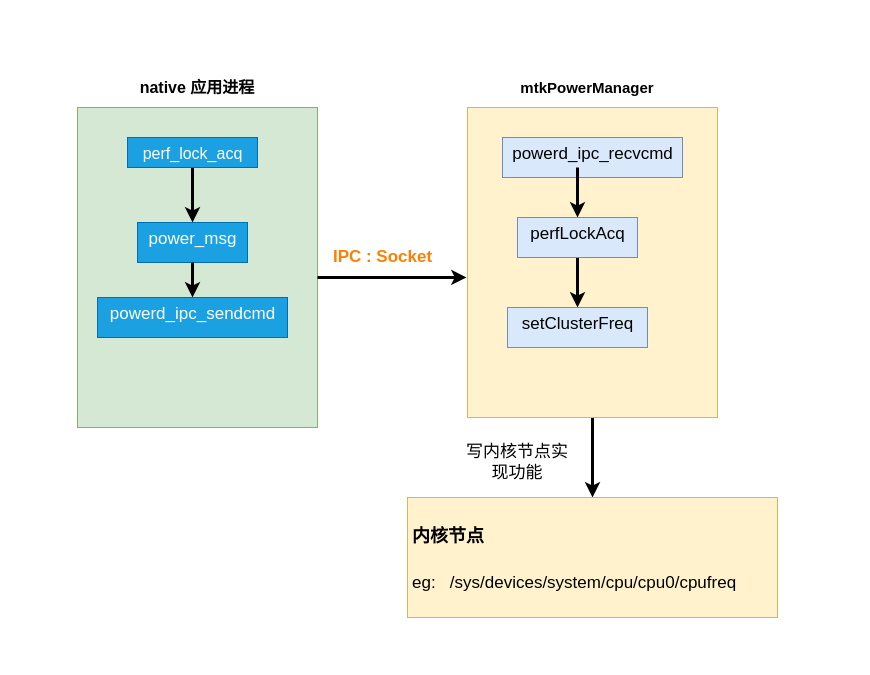
lqktz/document keeps this draw.io diagram as temp/powerHal.drawio. Above is the earlier version. Source tidied: cells renumbered, new cells numbered last; positions are measured from the earlier drawing's top-left corner, leaving out a move shared by most shapes. Both pictures are drawn from the tidied source at 100%, with x=0, y=0 at pixel (77, 77).
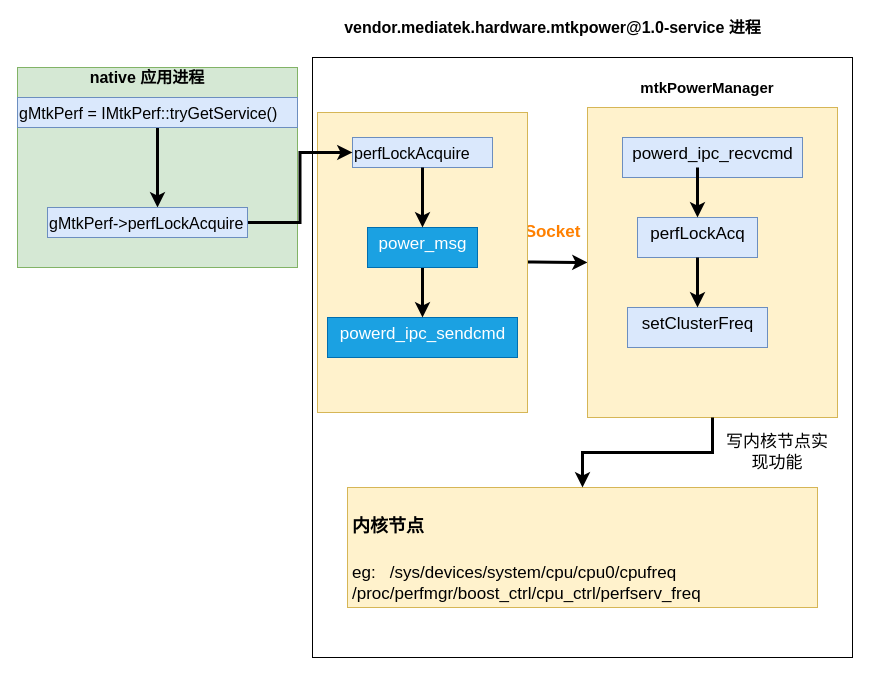
After the change.

Change to the diagram source:
```diff
@@
+    <mxCell id="21" style="rounded=0;whiteSpace=wrap;html=1;fontSize=16;align=center;" parent="1" vertex="1">
+      <mxGeometry x="235" y="-20" width="540" height="600" as="geometry" />
+    </mxCell>
     <mxCell id="2" style="rounded=0;whiteSpace=wrap;html=1;fillColor=#d5e8d4;strokeColor=#82b366;" parent="1" vertex="1">
-      <mxGeometry y="30" width="240" height="320" as="geometry" />
+      <mxGeometry x="-60" y="-10" width="280" height="200" as="geometry" />
     </mxCell>
     <mxCell id="3" value="native 应用进程" style="text;html=1;strokeColor=none;fillColor=none;align=center;verticalAlign=middle;whiteSpace=wrap;rounded=0;fontSize=16;fontStyle=1;" parent="1" vertex="1">
-      <mxGeometry x="40" width="160" height="20" as="geometry" />
+      <mxGeometry x="-10" y="-10" width="160" height="20" as="geometry" />
     </mxCell>
-    <mxCell id="4" style="edgeStyle=orthogonalEdgeStyle;rounded=0;jettySize=auto;html=1;strokeWidth=3;fontSize=17;" parent="1" edge="1" source="5" target="9">
-      <mxGeometry relative="1" as="geometry" />
-    </mxCell>
+    <mxCell id="7" style="endArrow=classic;html=1;entryX=0;entryY=0.5;entryDx=0;entryDy=0;strokeWidth=3;" parent="1" edge="1" target="5">
+      <mxGeometry relative="1" as="geometry">
+        <mxPoint x="445.5" y="184.5" as="sourcePoint" />
+        <Array as="points">
+          <mxPoint x="465.5" y="184.6" />
+        </Array>
+      </mxGeometry>
+    </mxCell>
+    <mxCell id="8" value="&lt;font style=&quot;font-size: 17px&quot; color=&quot;#FF8000&quot;&gt;&lt;b style=&quot;font-size: 17px&quot;&gt;Socket&lt;/b&gt;&lt;/font&gt;" style="text;html=1;align=center;verticalAlign=middle;fontSize=17;" parent="1" vertex="1">
+      <mxGeometry x="440" y="140" width="70" height="30" as="geometry" />
+    </mxCell>
+    <mxCell id="19" value="写内核节点实现功能" style="text;html=1;strokeColor=none;fillColor=none;align=center;verticalAlign=middle;whiteSpace=wrap;rounded=0;fontSize=17;" parent="1" vertex="1">
+      <mxGeometry x="640" y="360" width="120" height="30" as="geometry" />
+    </mxCell>
+    <mxCell id="22" value="vendor.mediatek.hardware.mtkpower@1.0-service 进程&lt;br&gt;" style="text;html=1;align=center;verticalAlign=middle;fontSize=16;fontStyle=1;" parent="1" vertex="1">
+      <mxGeometry x="260" y="-60" width="430" height="20" as="geometry" />
+    </mxCell>
+    <mxCell id="23" style="group;" parent="1" vertex="1">
+      <mxGeometry x="510" width="250" height="340" as="geometry" />
+    </mxCell>
-    <mxCell id="5" style="rounded=0;whiteSpace=wrap;html=1;fillColor=#fff2cc;strokeColor=#d6b656;" parent="1" vertex="1">
-      <mxGeometry x="390" y="30" width="250" height="310" as="geometry" />
+    <mxCell id="5" style="rounded=0;whiteSpace=wrap;html=1;fillColor=#fff2cc;strokeColor=#d6b656;" parent="23" vertex="1">
+      <mxGeometry y="30" width="250" height="310" as="geometry" />
     </mxCell>
-    <mxCell id="6" value="mtkPowerManager" style="text;html=1;strokeColor=none;fillColor=none;align=center;verticalAlign=middle;whiteSpace=wrap;rounded=0;fontStyle=1;fontSize=15;" parent="1" vertex="1">
-      <mxGeometry x="460" width="100" height="20" as="geometry" />
+    <mxCell id="6" value="mtkPowerManager" style="text;html=1;strokeColor=none;fillColor=none;align=center;verticalAlign=middle;whiteSpace=wrap;rounded=0;fontStyle=1;fontSize=15;" parent="23" vertex="1">
+      <mxGeometry x="70" width="100" height="20" as="geometry" />
     </mxCell>
-    <mxCell id="7" style="endArrow=classic;html=1;entryX=-0.004;entryY=0.548;entryDx=0;entryDy=0;entryPerimeter=0;strokeWidth=3;" parent="1" edge="1" target="5">
-      <mxGeometry relative="1" as="geometry">
-        <mxPoint x="240" y="200" as="sourcePoint" />
-      </mxGeometry>
-    </mxCell>
-    <mxCell id="8" value="&lt;font style=&quot;font-size: 17px;&quot; color=&quot;#FF8000&quot;&gt;&lt;b style=&quot;font-size: 17px;&quot;&gt;IPC : Socket&lt;/b&gt;&lt;/font&gt;" style="text;html=1;align=center;verticalAlign=middle;fontSize=17;" parent="1" vertex="1">
-      <mxGeometry x="250" y="165" width="110" height="30" as="geometry" />
-    </mxCell>
-    <mxCell id="9" value="&lt;h1&gt;&lt;font style=&quot;font-size: 18px&quot;&gt;内核节点&lt;/font&gt;&lt;/h1&gt;&lt;p&gt;eg:&amp;nbsp;&amp;nbsp; /sys/devices/system/cpu/cpu0/cpufreq&amp;nbsp;&amp;nbsp; &lt;br&gt;&lt;/p&gt;" style="text;html=1;strokeColor=#d6b656;fillColor=#fff2cc;spacing=5;spacingTop=-20;whiteSpace=wrap;overflow=hidden;rounded=0;fontSize=17;verticalAlign=top;horizontal=1;" parent="1" vertex="1">
-      <mxGeometry x="330" y="420" width="370" height="120" as="geometry" />
-    </mxCell>
-    <mxCell id="10" value="powerd_ipc_sendcmd" style="text;html=1;fontSize=17;fillColor=#1ba1e2;strokeColor=#006EAF;fontColor=#ffffff;align=center;" parent="1" vertex="1">
-      <mxGeometry x="20" y="220" width="190" height="40" as="geometry" />
-    </mxCell>
-    <mxCell id="11" value="power_msg" style="text;html=1;fontSize=17;fillColor=#1ba1e2;strokeColor=#006EAF;fontColor=#ffffff;align=center;" parent="1" vertex="1">
-      <mxGeometry x="60" y="145" width="110" height="40" as="geometry" />
-    </mxCell>
-    <mxCell id="12" style="endArrow=classic;html=1;strokeWidth=3;fontSize=17;exitX=0.5;exitY=1;exitDx=0;exitDy=0;" parent="1" edge="1" source="20" target="11">
-      <mxGeometry relative="1" as="geometry" />
-    </mxCell>
-    <mxCell id="13" style="endArrow=classic;html=1;strokeWidth=3;fontSize=17;exitX=0.5;exitY=1;exitDx=0;exitDy=0;" parent="1" edge="1" source="11" target="10">
-      <mxGeometry relative="1" as="geometry" />
-    </mxCell>
-    <mxCell id="14" value="&lt;div align=&quot;center&quot;&gt;powerd_ipc_recvcmd&lt;/div&gt;" style="text;html=1;fontSize=17;fillColor=#dae8fc;strokeColor=#6c8ebf;align=center;" parent="1" vertex="1">
-      <mxGeometry x="425" y="60" width="180" height="40" as="geometry" />
+    <mxCell id="14" value="&lt;div align=&quot;center&quot;&gt;powerd_ipc_recvcmd&lt;/div&gt;" style="text;html=1;fontSize=17;fillColor=#dae8fc;strokeColor=#6c8ebf;align=center;" parent="23" vertex="1">
+      <mxGeometry x="35" y="60" width="180" height="40" as="geometry" />
     </mxCell>
-    <mxCell id="15" style="edgeStyle=orthogonalEdgeStyle;rounded=0;jettySize=auto;html=1;strokeWidth=3;fontSize=17;" parent="1" edge="1" source="16" target="17">
-      <mxGeometry relative="1" as="geometry" />
-    </mxCell>
-    <mxCell id="16" value="perfLockAcq" style="text;html=1;fontSize=17;align=center;fillColor=#dae8fc;strokeColor=#6c8ebf;" parent="1" vertex="1">
-      <mxGeometry x="440" y="140" width="120" height="40" as="geometry" />
+    <mxCell id="16" value="perfLockAcq" style="text;html=1;fontSize=17;align=center;fillColor=#dae8fc;strokeColor=#6c8ebf;" parent="23" vertex="1">
+      <mxGeometry x="50" y="140" width="120" height="40" as="geometry" />
     </mxCell>
-    <mxCell id="17" value="setClusterFreq" style="text;html=1;fontSize=17;align=center;fillColor=#dae8fc;strokeColor=#6c8ebf;" parent="1" vertex="1">
-      <mxGeometry x="430" y="230" width="140" height="40" as="geometry" />
+    <mxCell id="17" value="setClusterFreq" style="text;html=1;fontSize=17;align=center;fillColor=#dae8fc;strokeColor=#6c8ebf;" parent="23" vertex="1">
+      <mxGeometry x="40" y="230" width="140" height="40" as="geometry" />
     </mxCell>
+    <mxCell id="15" style="edgeStyle=orthogonalEdgeStyle;rounded=0;jettySize=auto;html=1;strokeWidth=3;fontSize=17;" parent="23" edge="1" source="16" target="17">
+      <mxGeometry relative="1" as="geometry" />
+    </mxCell>
-    <mxCell id="18" style="endArrow=classic;html=1;strokeWidth=3;fontSize=17;exitX=0.5;exitY=1;exitDx=0;exitDy=0;" parent="1" edge="1">
+    <mxCell id="18" style="endArrow=classic;html=1;strokeWidth=3;fontSize=17;exitX=0.5;exitY=1;exitDx=0;exitDy=0;" parent="23" edge="1">
       <mxGeometry relative="1" as="geometry">
-        <mxPoint x="500" y="90" as="sourcePoint" />
-        <mxPoint x="500" y="140" as="targetPoint" />
+        <mxPoint x="110" y="90" as="sourcePoint" />
+        <mxPoint x="110" y="140" as="targetPoint" />
       </mxGeometry>
     </mxCell>
-    <mxCell id="19" value="写内核节点实现功能" style="text;html=1;strokeColor=none;fillColor=none;align=center;verticalAlign=middle;whiteSpace=wrap;rounded=0;fontSize=17;" parent="1" vertex="1">
-      <mxGeometry x="380" y="370" width="120" height="30" as="geometry" />
-    </mxCell>
-    <mxCell id="20" value="perf_lock_acq" style="text;html=1;fontSize=16;align=center;fillColor=#1ba1e2;strokeColor=#006EAF;fontColor=#ffffff;" parent="1" vertex="1">
-      <mxGeometry x="50" y="60" width="130" height="30" as="geometry" />
-    </mxCell>
+    <mxCell id="24" style="group;" parent="1" vertex="1">
+      <mxGeometry x="270" y="410" width="470" height="120" as="geometry" />
+    </mxCell>
+    <mxCell id="9" value="&lt;h1&gt;&lt;font style=&quot;font-size: 18px&quot;&gt;内核节点&lt;/font&gt;&lt;/h1&gt;&lt;p&gt;eg:&amp;nbsp;&amp;nbsp; /sys/devices/system/cpu/cpu0/cpufreq&amp;nbsp;&amp;nbsp; &lt;br&gt;/proc/perfmgr/boost_ctrl/cpu_ctrl/perfserv_freq&lt;br&gt;&lt;/p&gt;" style="text;html=1;strokeColor=#d6b656;fillColor=#fff2cc;spacing=5;spacingTop=-20;whiteSpace=wrap;overflow=hidden;rounded=0;fontSize=17;verticalAlign=top;horizontal=1;" parent="24" vertex="1">
+      <mxGeometry width="470" height="120" as="geometry" />
+    </mxCell>
+    <mxCell id="4" style="edgeStyle=orthogonalEdgeStyle;rounded=0;jettySize=auto;html=1;strokeWidth=3;fontSize=17;" parent="1" edge="1" source="5" target="9">
+      <mxGeometry relative="1" as="geometry" />
+    </mxCell>
+    <mxCell id="25" style="rounded=0;whiteSpace=wrap;html=1;fontSize=16;align=center;fillColor=#fff2cc;strokeColor=#d6b656;" parent="1" vertex="1">
+      <mxGeometry x="240" y="35" width="210" height="300" as="geometry" />
+    </mxCell>
+    <mxCell id="10" value="powerd_ipc_sendcmd" style="text;html=1;fontSize=17;fillColor=#1ba1e2;strokeColor=#006EAF;fontColor=#ffffff;align=center;" parent="1" vertex="1">
+      <mxGeometry x="250" y="240" width="190" height="40" as="geometry" />
+    </mxCell>
+    <mxCell id="26" value="perfLockAcquire" style="text;html=1;fontSize=16;fillColor=#dae8fc;strokeColor=#6c8ebf;" parent="1" vertex="1">
+      <mxGeometry x="275" y="60" width="140" height="30" as="geometry" />
+    </mxCell>
+    <mxCell id="13" style="edgeStyle=orthogonalEdgeStyle;rounded=0;jettySize=auto;html=1;strokeWidth=3;fontSize=16;" parent="1" edge="1" source="11" target="10">
+      <mxGeometry relative="1" as="geometry" />
+    </mxCell>
+    <mxCell id="11" value="power_msg" style="text;html=1;fontSize=17;fillColor=#1ba1e2;strokeColor=#006EAF;fontColor=#ffffff;align=center;" parent="1" vertex="1">
+      <mxGeometry x="290" y="150" width="110" height="40" as="geometry" />
+    </mxCell>
+    <mxCell id="27" style="edgeStyle=orthogonalEdgeStyle;rounded=0;jettySize=auto;html=1;strokeWidth=3;fontSize=16;" parent="1" edge="1" source="26" target="11">
+      <mxGeometry relative="1" as="geometry" />
+    </mxCell>
+    <mxCell id="28" style="edgeStyle=orthogonalEdgeStyle;rounded=0;jettySize=auto;html=1;strokeWidth=3;fontSize=16;" parent="1" edge="1" source="29">
+      <mxGeometry relative="1" as="geometry">
+        <mxPoint x="80" y="130" as="targetPoint" />
+      </mxGeometry>
+    </mxCell>
+    <mxCell id="29" value="gMtkPerf = IMtkPerf::tryGetService()" style="text;html=1;fontSize=16;fillColor=#dae8fc;strokeColor=#6c8ebf;" parent="1" vertex="1">
+      <mxGeometry x="-60" y="20" width="280" height="30" as="geometry" />
+    </mxCell>
+    <mxCell id="30" style="edgeStyle=orthogonalEdgeStyle;rounded=0;jettySize=auto;html=1;entryX=0;entryY=0.5;entryDx=0;entryDy=0;strokeWidth=3;fontSize=16;" parent="1" edge="1" source="31" target="26">
+      <mxGeometry relative="1" as="geometry" />
+    </mxCell>
+    <mxCell id="31" value="gMtkPerf-&gt;perfLockAcquire" style="text;html=1;fontSize=16;fillColor=#dae8fc;strokeColor=#6c8ebf;" parent="1" vertex="1">
+      <mxGeometry x="-30" y="130" width="200" height="30" as="geometry" />
+    </mxCell>
```
